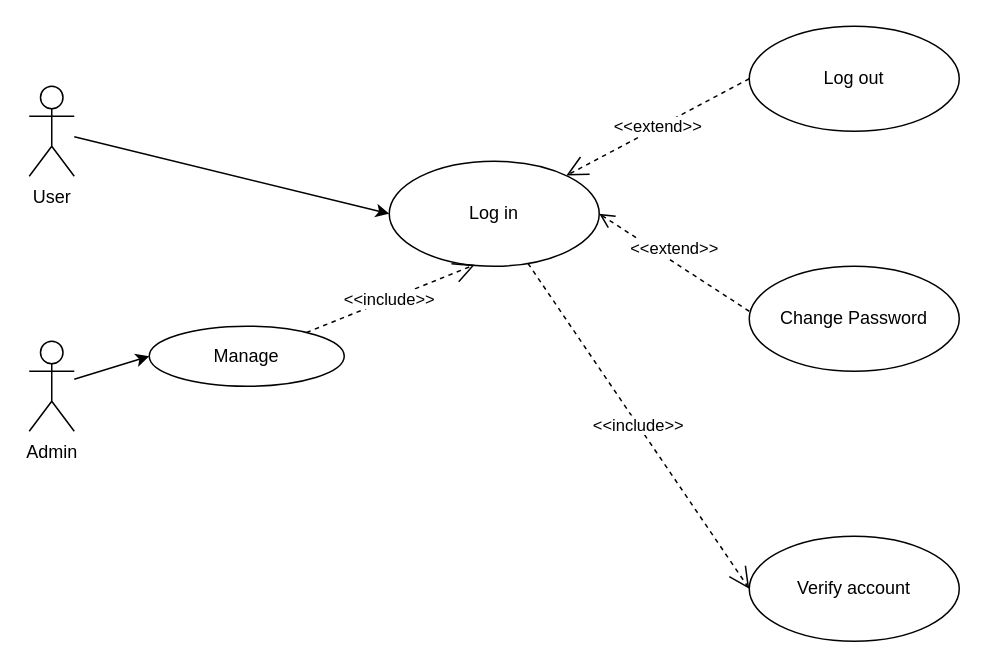
Above: page "Đăng nhập" (2 of 33) of Biểu đồ không có tiêu đề.drawio in anhduy7723/api_auth (draw.io), before the change. Source tidied: cells renumbered, new cells numbered last; positions are measured from the earlier drawing's top-left corner, leaving out a move shared by most shapes. Both pictures are drawn from the tidied source at 150%, with x=0, y=0 at pixel (28, 26).
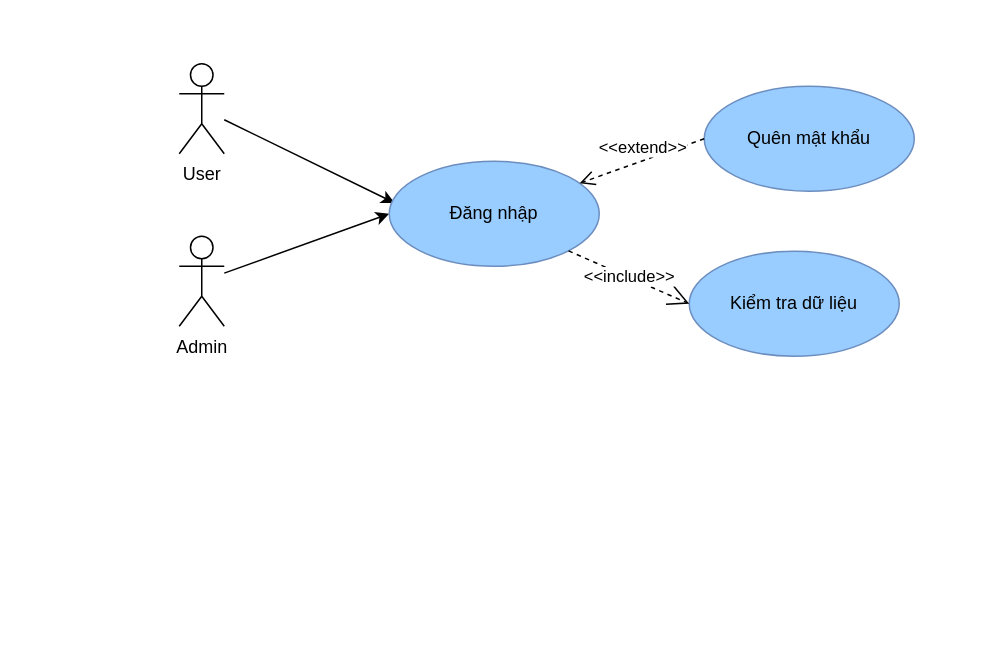
The same diagram, later.

Diff of the diagram source:
```diff
@@
 <mxGraphModel>
   <root>
     <mxCell id="0" />
     <mxCell id="1" parent="0" />
-    <mxCell id="2" style="edgeStyle=none;rounded=0;jettySize=auto;html=1;entryX=0;entryY=0.5;entryDx=0;entryDy=0;" parent="1" edge="1" source="3" target="7">
+    <mxCell id="2" style="edgeStyle=none;rounded=0;jettySize=auto;html=1;entryX=0.026;entryY=0.397;entryDx=0;entryDy=0;entryPerimeter=0;" parent="1" edge="1" source="3" target="7">
       <mxGeometry relative="1" as="geometry" />
     </mxCell>
     <mxCell id="3" value="User" style="shape=umlActor;verticalLabelPosition=bottom;verticalAlign=top;html=1;" parent="1" vertex="1">
-      <mxGeometry y="40" width="30" height="60" as="geometry" />
+      <mxGeometry x="100" y="25" width="30" height="60" as="geometry" />
     </mxCell>
-    <mxCell id="4" style="edgeStyle=none;rounded=0;jettySize=auto;html=1;entryX=0;entryY=0.5;entryDx=0;entryDy=0;" parent="1" edge="1" source="5" target="6">
+    <mxCell id="4" style="edgeStyle=none;rounded=0;jettySize=auto;html=1;entryX=0;entryY=0.5;entryDx=0;entryDy=0;" parent="1" edge="1" source="5" target="7">
       <mxGeometry relative="1" as="geometry" />
     </mxCell>
     <mxCell id="5" value="Admin" style="shape=umlActor;verticalLabelPosition=bottom;verticalAlign=top;html=1;" parent="1" vertex="1">
-      <mxGeometry y="210" width="30" height="60" as="geometry" />
+      <mxGeometry x="100" y="140" width="30" height="60" as="geometry" />
     </mxCell>
-    <mxCell id="6" value="Manage" style="ellipse;whiteSpace=wrap;html=1;" parent="1" vertex="1">
-      <mxGeometry x="80" y="200" width="130" height="40" as="geometry" />
-    </mxCell>
-    <mxCell id="7" value="Log in" style="ellipse;whiteSpace=wrap;html=1;" parent="1" vertex="1">
+    <mxCell id="7" value="Đăng nhập" style="ellipse;whiteSpace=wrap;html=1;fillColor=#99CCFF;strokeColor=#6c8ebf;" parent="1" vertex="1">
       <mxGeometry x="240" y="90" width="140" height="70" as="geometry" />
     </mxCell>
-    <mxCell id="8" value="&amp;lt;&amp;lt;include&amp;gt;&amp;gt;" style="endArrow=open;endSize=12;dashed=1;html=1;rounded=0;entryX=0.407;entryY=0.986;entryDx=0;entryDy=0;entryPerimeter=0;" parent="1" edge="1" source="6" target="7">
-      <mxGeometry relative="1" as="geometry" />
-    </mxCell>
-    <mxCell id="9" value="Log out" style="ellipse;whiteSpace=wrap;html=1;" parent="1" vertex="1">
-      <mxGeometry x="480" width="140" height="70" as="geometry" />
-    </mxCell>
-    <mxCell id="10" value="Verify account" style="ellipse;whiteSpace=wrap;html=1;" parent="1" vertex="1">
-      <mxGeometry x="480" y="340" width="140" height="70" as="geometry" />
+    <mxCell id="10" value="Kiểm tra dữ liệu" style="ellipse;whiteSpace=wrap;html=1;fillColor=#99CCFF;strokeColor=#6c8ebf;" parent="1" vertex="1">
+      <mxGeometry x="440" y="150" width="140" height="70" as="geometry" />
     </mxCell>
-    <mxCell id="11" value="&amp;lt;&amp;lt;include&amp;gt;&amp;gt;" style="endArrow=open;endSize=12;dashed=1;html=1;rounded=0;entryX=0;entryY=0.5;entryDx=0;entryDy=0;" parent="1" edge="1" source="7" target="10">
+    <mxCell id="11" value="&amp;lt;&amp;lt;include&amp;gt;&amp;gt;" style="endArrow=open;endSize=12;dashed=1;html=1;rounded=0;entryX=0;entryY=0.5;entryDx=0;entryDy=0;exitX=1;exitY=1;exitDx=0;exitDy=0;" parent="1" edge="1" source="7" target="10">
       <mxGeometry relative="1" as="geometry" />
     </mxCell>
-    <mxCell id="12" value="&amp;lt;&amp;lt;extend&amp;gt;&amp;gt;" style="endArrow=open;endSize=12;dashed=1;html=1;rounded=0;exitX=0;exitY=0.5;exitDx=0;exitDy=0;" parent="1" edge="1" source="9" target="7">
-      <mxGeometry relative="1" as="geometry" />
-    </mxCell>
-    <mxCell id="13" value="Change Password" style="ellipse;whiteSpace=wrap;html=1;" parent="1" vertex="1">
-      <mxGeometry x="480" y="160" width="140" height="70" as="geometry" />
+    <mxCell id="13" value="Quên mật khẩu" style="ellipse;whiteSpace=wrap;html=1;fillColor=#99CCFF;strokeColor=#6c8ebf;" parent="1" vertex="1">
+      <mxGeometry x="450" y="40" width="140" height="70" as="geometry" />
     </mxCell>
-    <mxCell id="14" value="&amp;lt;&amp;lt;extend&amp;gt;&amp;gt;" style="html=1;verticalAlign=bottom;endArrow=open;dashed=1;endSize=8;curved=0;rounded=0;entryX=1;entryY=0.5;entryDx=0;entryDy=0;" parent="1" edge="1" target="7">
-      <mxGeometry relative="1" as="geometry">
-        <mxPoint x="480" y="190" as="sourcePoint" />
-      </mxGeometry>
+    <mxCell id="14" value="&amp;lt;&amp;lt;extend&amp;gt;&amp;gt;" style="html=1;verticalAlign=bottom;endArrow=open;dashed=1;endSize=8;curved=0;rounded=0;exitX=0;exitY=0.5;exitDx=0;exitDy=0;" parent="1" edge="1" source="13" target="7">
+      <mxGeometry relative="1" as="geometry" />
     </mxCell>
   </root>
 </mxGraphModel>
```
